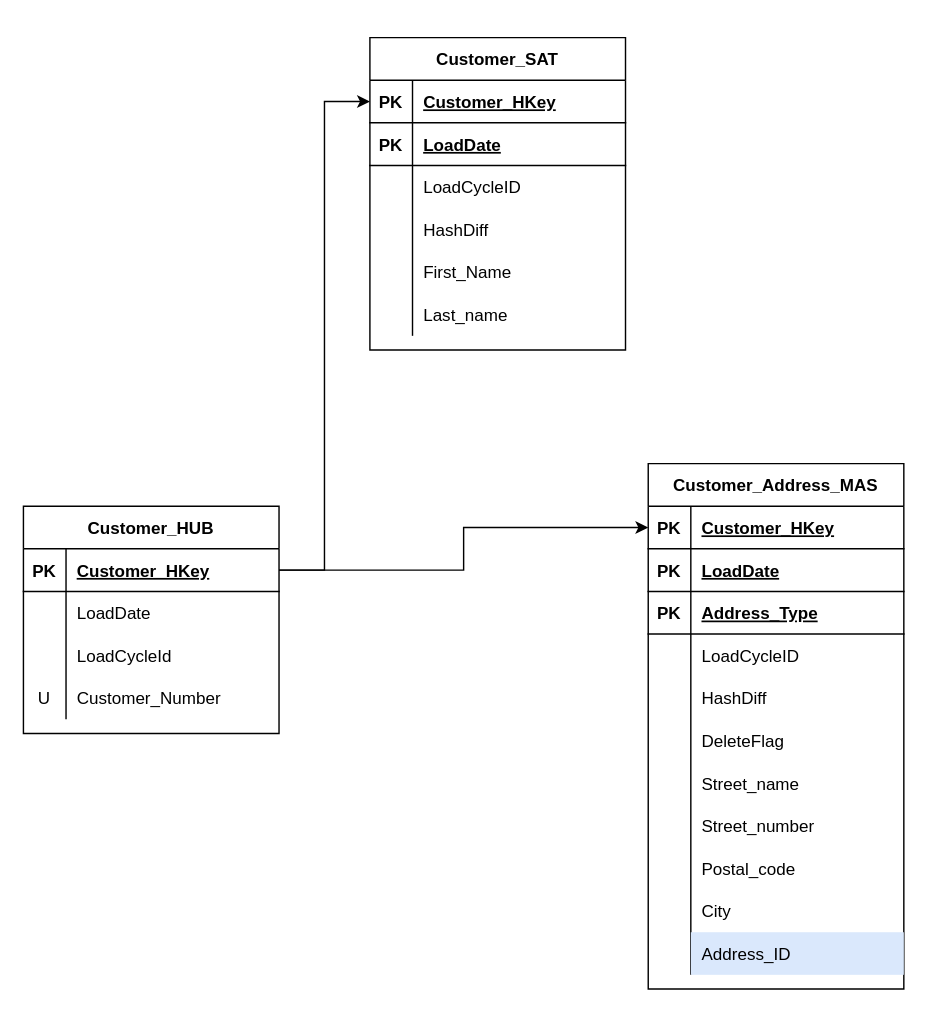
Earlier version of the draw.io diagram DataVault1.drawio (tobiasrist/Vaultspeed). Source tidied: cells renumbered, new cells numbered last; positions are measured from the earlier drawing's top-left corner, leaving out a move shared by most shapes. Both pictures are drawn from the tidied source at 142%, with x=0, y=0 at pixel (23, 37).
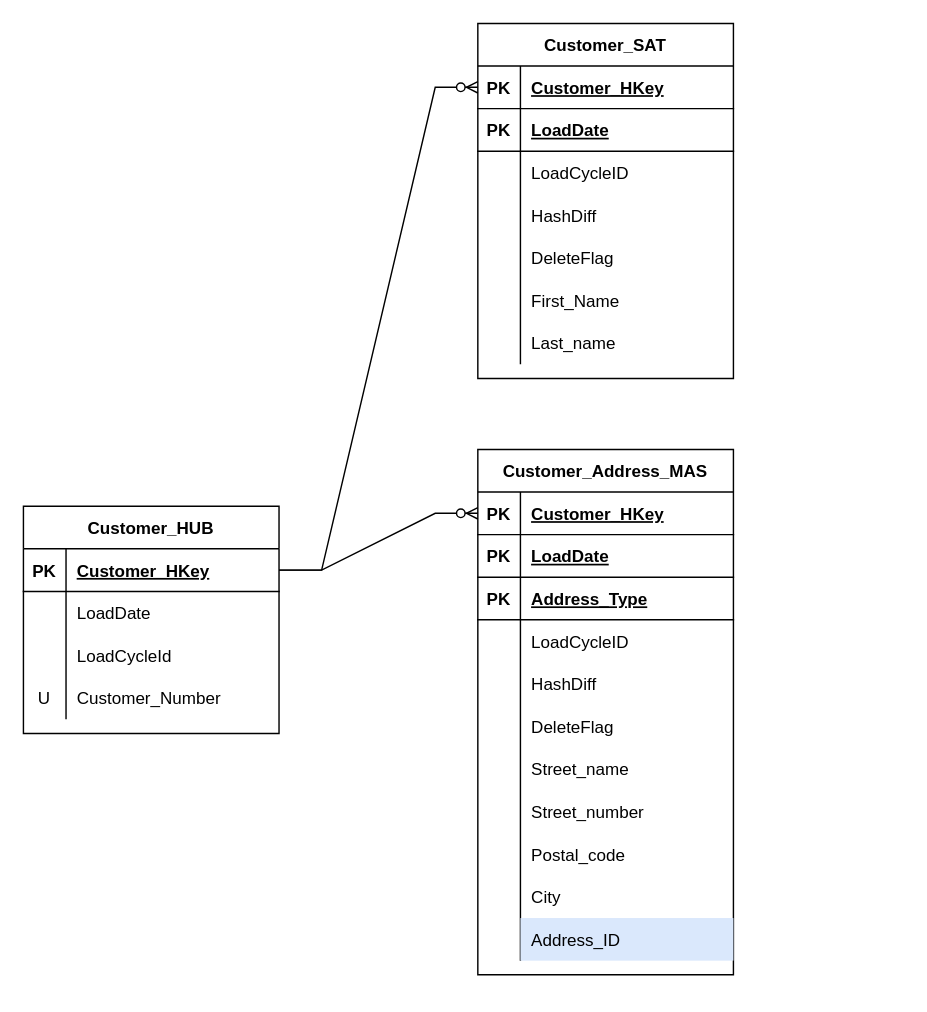
After the change.

Unchanged cells that the change refers to:
```xml
<mxCell id="3" style="shape=tableRow;horizontal=0;startSize=0;swimlaneHead=0;swimlaneBody=0;fillColor=none;points=[[0,0.5],[1,0.5]];portConstraint=eastwest;top=0;left=0;right=0;bottom=1;" parent="2" vertex="1">
  <mxGeometry y="30" width="180" height="30" as="geometry" />
</mxCell>
<mxCell id="16" style="shape=tableRow;horizontal=0;startSize=0;swimlaneHead=0;swimlaneBody=0;fillColor=none;points=[[0,0.5],[1,0.5]];portConstraint=eastwest;top=0;left=0;right=0;bottom=1;" parent="15" vertex="1">
  <mxGeometry y="30" width="180" height="30" as="geometry" />
</mxCell>
<mxCell id="35" style="shape=tableRow;horizontal=0;startSize=0;swimlaneHead=0;swimlaneBody=0;fillColor=none;points=[[0,0.5],[1,0.5]];portConstraint=eastwest;top=0;left=0;right=0;bottom=1;" parent="34" vertex="1">
  <mxGeometry y="30" width="180" height="30" as="geometry" />
</mxCell>
```

What changed in the source:
```diff
@@
     <mxCell id="15" value="Customer_SAT" style="shape=table;startSize=30;childLayout=tableLayout;rowLines=0;fontStyle=1;align=center;" parent="1" vertex="1">
-      <mxGeometry x="244" width="180" height="220" as="geometry" />
+      <mxGeometry x="320" y="-10" width="180" height="250" as="geometry" />
     </mxCell>
@@
+    <mxCell id="70" style="shape=tableRow;horizontal=0;startSize=0;swimlaneHead=0;swimlaneBody=0;fillColor=none;top=0;left=0;right=0;bottom=0;" parent="15" vertex="1">
+      <mxGeometry y="150" width="180" height="30" as="geometry" />
+    </mxCell>
+    <mxCell id="71" style="shape=partialRectangle;fillColor=none;top=0;left=0;bottom=0;right=0;overflow=hidden;" parent="70" vertex="1">
+      <mxGeometry width="30" height="30" as="geometry" />
+    </mxCell>
+    <mxCell id="72" value="DeleteFlag" style="shape=partialRectangle;fillColor=none;top=0;left=0;bottom=0;right=0;align=left;spacingLeft=6;overflow=hidden;" parent="70" vertex="1">
+      <mxGeometry x="30" width="150" height="30" as="geometry" />
+    </mxCell>
     <mxCell id="28" style="shape=tableRow;horizontal=0;startSize=0;swimlaneHead=0;swimlaneBody=0;fillColor=none;top=0;left=0;right=0;bottom=0;" parent="15" vertex="1">
-      <mxGeometry y="150" width="180" height="30" as="geometry" />
+      <mxGeometry y="180" width="180" height="30" as="geometry" />
     </mxCell>
@@
     <mxCell id="31" style="shape=tableRow;horizontal=0;startSize=0;swimlaneHead=0;swimlaneBody=0;fillColor=none;top=0;left=0;right=0;bottom=0;" parent="15" vertex="1">
-      <mxGeometry y="180" width="180" height="30" as="geometry" />
+      <mxGeometry y="210" width="180" height="30" as="geometry" />
     </mxCell>
@@
     <mxCell id="34" value="Customer_Address_MAS" style="shape=table;startSize=30;childLayout=tableLayout;rowLines=0;fontStyle=1;align=center;" parent="1" vertex="1">
-      <mxGeometry x="440" y="300" width="180" height="370" as="geometry" />
+      <mxGeometry x="320" y="290" width="180" height="370" as="geometry" />
     </mxCell>
@@
-    <mxCell id="68" style="edgeStyle=orthogonalEdgeStyle;rounded=0;jettySize=auto;html=1;entryX=0;entryY=0.5;entryDx=0;entryDy=0;" parent="1" edge="1" source="3" target="16">
+    <mxCell id="68" style="edgeStyle=entityRelationEdgeStyle;fontSize=12;html=1;endArrow=ERzeroToMany;endFill=1;rounded=0;entryX=0;entryY=0.5;entryDx=0;entryDy=0;exitX=1;exitY=0.5;exitDx=0;exitDy=0;" parent="1" edge="1" source="3" target="16">
       <mxGeometry relative="1" as="geometry" />
     </mxCell>
-    <mxCell id="69" style="edgeStyle=orthogonalEdgeStyle;rounded=0;jettySize=auto;html=1;entryX=0;entryY=0.5;entryDx=0;entryDy=0;" parent="1" edge="1" source="3" target="35">
+    <mxCell id="69" style="edgeStyle=entityRelationEdgeStyle;fontSize=12;html=1;endArrow=ERzeroToMany;endFill=1;rounded=0;entryX=0;entryY=0.5;entryDx=0;entryDy=0;exitX=1;exitY=0.5;exitDx=0;exitDy=0;" parent="1" edge="1" source="3" target="35">
       <mxGeometry relative="1" as="geometry" />
     </mxCell>
```
